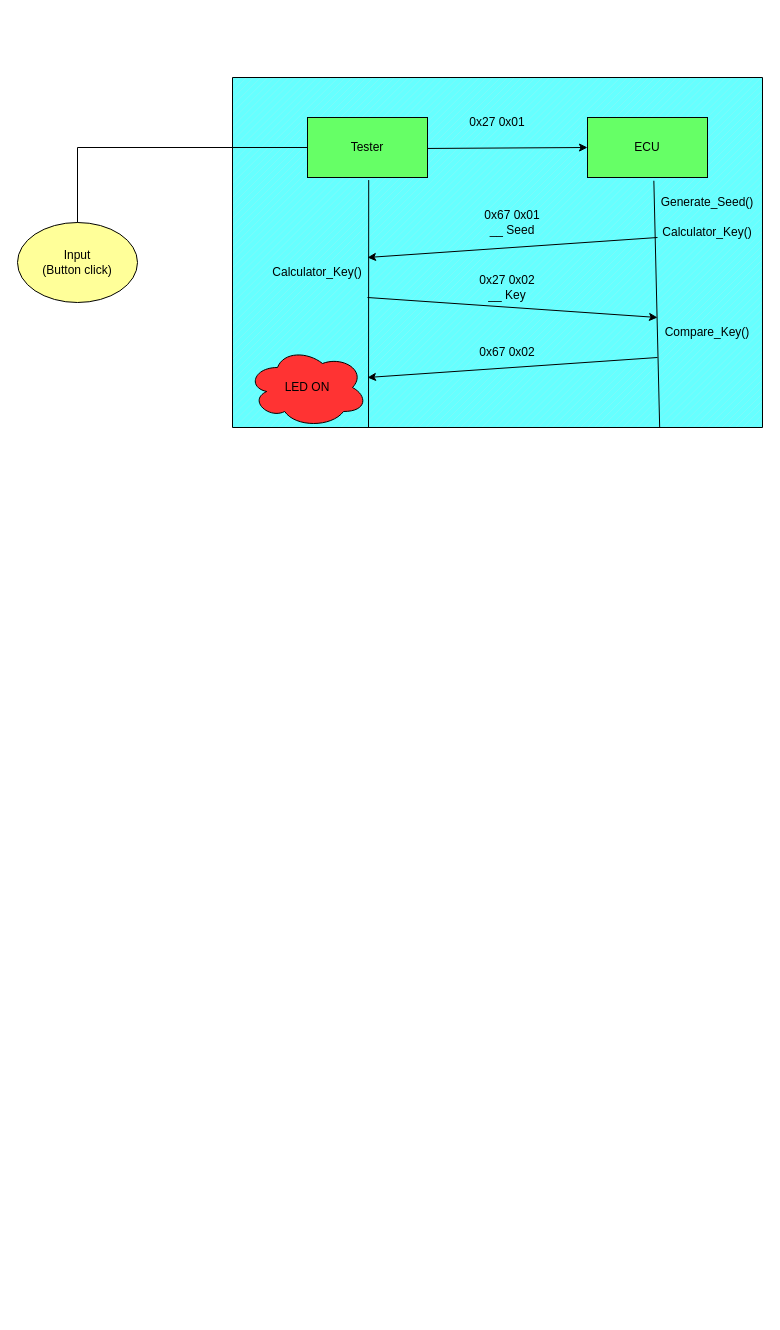
The draw.io diagram Biểu đồ không có tiêu đề.drawio in leductai300502/Can_Protocol, before the edit. Source tidied: cells renumbered, new cells numbered last; positions are measured from the earlier drawing's top-left corner, leaving out a move shared by most shapes. Both pictures are drawn from the tidied source at 100%, with x=0, y=0 at pixel (17, 77).
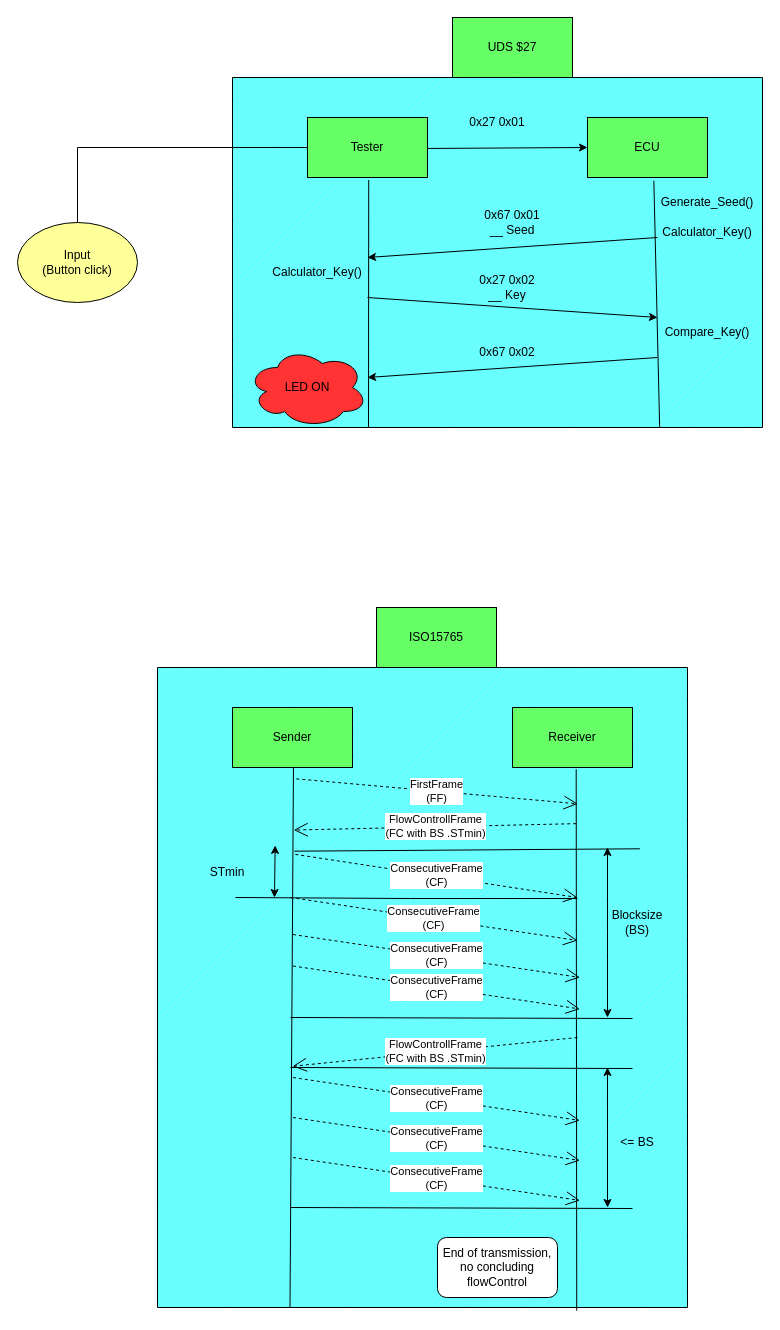
The same diagram, later.

Diff of the diagram source:
```diff
@@
+    <mxCell id="23" value="UDS $27" style="rounded=0;whiteSpace=wrap;html=1;fillColor=#66FF66;" parent="1" vertex="1">
+      <mxGeometry x="435" y="-60" width="120" height="60" as="geometry" />
+    </mxCell>
+    <mxCell id="24" style="verticalLabelPosition=bottom;verticalAlign=top;html=1;shape=mxgraph.basic.patternFillRect;fillStyle=diag;step=5;fillStrokeWidth=0.2;fillStrokeColor=#dddddd;fillColor=#66FFFF;" parent="1" vertex="1">
+      <mxGeometry x="140" y="590" width="530" height="640" as="geometry" />
+    </mxCell>
+    <mxCell id="25" value="Receiver" style="rounded=0;whiteSpace=wrap;html=1;fillColor=#66FF66;" parent="1" vertex="1">
+      <mxGeometry x="495" y="630" width="120" height="60" as="geometry" />
+    </mxCell>
+    <mxCell id="26" value="Sender" style="rounded=0;whiteSpace=wrap;html=1;fillColor=#66FF66;" parent="1" vertex="1">
+      <mxGeometry x="215" y="630" width="120" height="60" as="geometry" />
+    </mxCell>
+    <mxCell id="27" style="endArrow=none;html=1;rounded=0;entryX=0.79;entryY=0.159;entryDx=0;entryDy=0;entryPerimeter=0;exitX=0.791;exitY=1.005;exitDx=0;exitDy=0;exitPerimeter=0;" parent="1" edge="1" source="24" target="24">
+      <mxGeometry relative="1" as="geometry" />
+    </mxCell>
+    <mxCell id="28" style="endArrow=none;html=1;rounded=0;entryX=0.508;entryY=1;entryDx=0;entryDy=0;entryPerimeter=0;exitX=0.25;exitY=1;exitDx=0;exitDy=0;exitPerimeter=0;" parent="1" edge="1" source="24" target="26">
+      <mxGeometry relative="1" as="geometry" />
+    </mxCell>
+    <mxCell id="29" value="ISO15765" style="rounded=0;whiteSpace=wrap;html=1;fillColor=#66FF66;" parent="1" vertex="1">
+      <mxGeometry x="359" y="530" width="120" height="60" as="geometry" />
+    </mxCell>
+    <mxCell id="30" style="endArrow=none;html=1;rounded=0;exitX=0.258;exitY=0.287;exitDx=0;exitDy=0;exitPerimeter=0;entryX=0.9;entryY=0.357;entryDx=0;entryDy=0;entryPerimeter=0;" parent="1" edge="1" source="24">
+      <mxGeometry relative="1" as="geometry">
+        <mxPoint x="622.4" y="771.3" as="targetPoint" />
+      </mxGeometry>
+    </mxCell>
+    <mxCell id="31" style="endArrow=none;html=1;rounded=0;exitX=0.254;exitY=0.355;exitDx=0;exitDy=0;exitPerimeter=0;entryX=0.9;entryY=0.357;entryDx=0;entryDy=0;entryPerimeter=0;" parent="1" edge="1">
+      <mxGeometry relative="1" as="geometry">
+        <mxPoint x="218" y="820" as="sourcePoint" />
+        <mxPoint x="560" y="821" as="targetPoint" />
+        <Array as="points">
+          <mxPoint x="393" y="821" />
+        </Array>
+      </mxGeometry>
+    </mxCell>
+    <mxCell id="32" style="endArrow=classic;startArrow=classic;html=1;rounded=0;entryX=0.222;entryY=0.278;entryDx=0;entryDy=0;entryPerimeter=0;" parent="1" edge="1" target="24">
+      <mxGeometry relative="1" as="geometry">
+        <mxPoint x="257" y="820" as="sourcePoint" />
+      </mxGeometry>
+    </mxCell>
+    <mxCell id="33" value="STmin" style="text;html=1;strokeColor=none;fillColor=none;align=center;verticalAlign=middle;whiteSpace=wrap;rounded=0;" parent="1" vertex="1">
+      <mxGeometry x="180" y="780" width="60" height="30" as="geometry" />
+    </mxCell>
+    <mxCell id="34" style="endArrow=none;html=1;rounded=0;exitX=0.254;exitY=0.355;exitDx=0;exitDy=0;exitPerimeter=0;entryX=0.9;entryY=0.357;entryDx=0;entryDy=0;entryPerimeter=0;" parent="1" edge="1">
+      <mxGeometry relative="1" as="geometry">
+        <mxPoint x="273" y="940" as="sourcePoint" />
+        <mxPoint x="615" y="941" as="targetPoint" />
+      </mxGeometry>
+    </mxCell>
+    <mxCell id="35" style="endArrow=classic;startArrow=classic;html=1;rounded=0;" parent="1" edge="1">
+      <mxGeometry relative="1" as="geometry">
+        <mxPoint x="590" y="940" as="sourcePoint" />
+        <mxPoint x="590" y="770" as="targetPoint" />
+      </mxGeometry>
+    </mxCell>
+    <mxCell id="36" value="Blocksize&lt;br&gt;(BS)" style="text;html=1;strokeColor=none;fillColor=none;align=center;verticalAlign=middle;whiteSpace=wrap;rounded=0;" parent="1" vertex="1">
+      <mxGeometry x="590" y="830" width="60" height="30" as="geometry" />
+    </mxCell>
+    <mxCell id="37" value="FirstFrame&lt;br&gt;(FF)" style="endArrow=open;endSize=12;dashed=1;html=1;rounded=0;exitX=0.262;exitY=0.174;exitDx=0;exitDy=0;exitPerimeter=0;entryX=0.793;entryY=0.213;entryDx=0;entryDy=0;entryPerimeter=0;elbow=vertical;" parent="1" edge="1" source="24" target="24">
+      <mxGeometry relative="1" as="geometry" />
+    </mxCell>
+    <mxCell id="38" value="FlowControllFrame&lt;br&gt;(FC with BS .STmin)" style="endArrow=open;endSize=12;dashed=1;html=1;rounded=0;exitX=0.79;exitY=0.244;exitDx=0;exitDy=0;exitPerimeter=0;entryX=0.257;entryY=0.254;entryDx=0;entryDy=0;entryPerimeter=0;elbow=horizontal;" parent="1" edge="1" source="24" target="24">
+      <mxGeometry relative="1" as="geometry" />
+    </mxCell>
+    <mxCell id="39" value="ConsecutiveFrame&lt;br&gt;(CF)" style="endArrow=open;endSize=12;dashed=1;html=1;rounded=0;exitX=0.26;exitY=0.292;exitDx=0;exitDy=0;exitPerimeter=0;" parent="1" edge="1" source="24">
+      <mxGeometry relative="1" as="geometry">
+        <mxPoint x="560" y="820" as="targetPoint" />
+      </mxGeometry>
+    </mxCell>
+    <mxCell id="40" value="ConsecutiveFrame&lt;br&gt;(CF)" style="endArrow=open;endSize=12;dashed=1;html=1;rounded=0;exitX=0.26;exitY=0.292;exitDx=0;exitDy=0;exitPerimeter=0;" parent="1" edge="1">
+      <mxGeometry relative="1" as="geometry">
+        <mxPoint x="273" y="820" as="sourcePoint" />
+        <mxPoint x="560" y="863" as="targetPoint" />
+      </mxGeometry>
+    </mxCell>
+    <mxCell id="41" value="ConsecutiveFrame&lt;br&gt;(CF)" style="endArrow=open;endSize=12;dashed=1;html=1;rounded=0;exitX=0.26;exitY=0.292;exitDx=0;exitDy=0;exitPerimeter=0;" parent="1" edge="1">
+      <mxGeometry relative="1" as="geometry">
+        <mxPoint x="275.5" y="857" as="sourcePoint" />
+        <mxPoint x="562.5" y="900" as="targetPoint" />
+      </mxGeometry>
+    </mxCell>
+    <mxCell id="42" value="ConsecutiveFrame&lt;br&gt;(CF)" style="endArrow=open;endSize=12;dashed=1;html=1;rounded=0;exitX=0.26;exitY=0.292;exitDx=0;exitDy=0;exitPerimeter=0;" parent="1" edge="1">
+      <mxGeometry relative="1" as="geometry">
+        <mxPoint x="275.5" y="888.5" as="sourcePoint" />
+        <mxPoint x="562.5" y="931.5" as="targetPoint" />
+      </mxGeometry>
+    </mxCell>
+    <mxCell id="43" value="FlowControllFrame&lt;br&gt;(FC with BS .STmin)" style="endArrow=open;endSize=12;dashed=1;html=1;rounded=0;elbow=horizontal;entryX=0.255;entryY=0.623;entryDx=0;entryDy=0;entryPerimeter=0;" parent="1" edge="1" target="24">
+      <mxGeometry relative="1" as="geometry">
+        <mxPoint x="560" y="960" as="sourcePoint" />
+      </mxGeometry>
+    </mxCell>
+    <mxCell id="44" style="endArrow=none;html=1;rounded=0;exitX=0.254;exitY=0.355;exitDx=0;exitDy=0;exitPerimeter=0;entryX=0.9;entryY=0.357;entryDx=0;entryDy=0;entryPerimeter=0;" parent="1" edge="1">
+      <mxGeometry relative="1" as="geometry">
+        <mxPoint x="273" y="990" as="sourcePoint" />
+        <mxPoint x="615" y="991" as="targetPoint" />
+      </mxGeometry>
+    </mxCell>
+    <mxCell id="45" value="ConsecutiveFrame&lt;br&gt;(CF)" style="endArrow=open;endSize=12;dashed=1;html=1;rounded=0;exitX=0.26;exitY=0.292;exitDx=0;exitDy=0;exitPerimeter=0;" parent="1" edge="1">
+      <mxGeometry relative="1" as="geometry">
+        <mxPoint x="275.5" y="1000" as="sourcePoint" />
+        <mxPoint x="562.5" y="1043" as="targetPoint" />
+      </mxGeometry>
+    </mxCell>
+    <mxCell id="46" value="ConsecutiveFrame&lt;br&gt;(CF)" style="endArrow=open;endSize=12;dashed=1;html=1;rounded=0;exitX=0.26;exitY=0.292;exitDx=0;exitDy=0;exitPerimeter=0;" parent="1" edge="1">
+      <mxGeometry relative="1" as="geometry">
+        <mxPoint x="275.5" y="1040" as="sourcePoint" />
+        <mxPoint x="562.5" y="1083" as="targetPoint" />
+      </mxGeometry>
+    </mxCell>
+    <mxCell id="47" value="ConsecutiveFrame&lt;br&gt;(CF)" style="endArrow=open;endSize=12;dashed=1;html=1;rounded=0;exitX=0.26;exitY=0.292;exitDx=0;exitDy=0;exitPerimeter=0;" parent="1" edge="1">
+      <mxGeometry relative="1" as="geometry">
+        <mxPoint x="275.5" y="1080" as="sourcePoint" />
+        <mxPoint x="562.5" y="1123" as="targetPoint" />
+      </mxGeometry>
+    </mxCell>
+    <mxCell id="48" style="endArrow=none;html=1;rounded=0;exitX=0.254;exitY=0.355;exitDx=0;exitDy=0;exitPerimeter=0;entryX=0.9;entryY=0.357;entryDx=0;entryDy=0;entryPerimeter=0;" parent="1" edge="1">
+      <mxGeometry relative="1" as="geometry">
+        <mxPoint x="273" y="1130" as="sourcePoint" />
+        <mxPoint x="615" y="1131" as="targetPoint" />
+      </mxGeometry>
+    </mxCell>
+    <mxCell id="49" style="endArrow=classic;startArrow=classic;html=1;rounded=0;" parent="1" edge="1">
+      <mxGeometry relative="1" as="geometry">
+        <mxPoint x="590" y="1130" as="sourcePoint" />
+        <mxPoint x="590" y="990" as="targetPoint" />
+      </mxGeometry>
+    </mxCell>
+    <mxCell id="50" value="&amp;lt;= BS" style="text;html=1;strokeColor=none;fillColor=none;align=center;verticalAlign=middle;whiteSpace=wrap;rounded=0;" parent="1" vertex="1">
+      <mxGeometry x="590" y="1050" width="60" height="30" as="geometry" />
+    </mxCell>
+    <mxCell id="51" value="End of transmission, no concluding flowControl" style="rounded=1;whiteSpace=wrap;html=1;" parent="1" vertex="1">
+      <mxGeometry x="420" y="1160" width="120" height="60" as="geometry" />
+    </mxCell>
```
